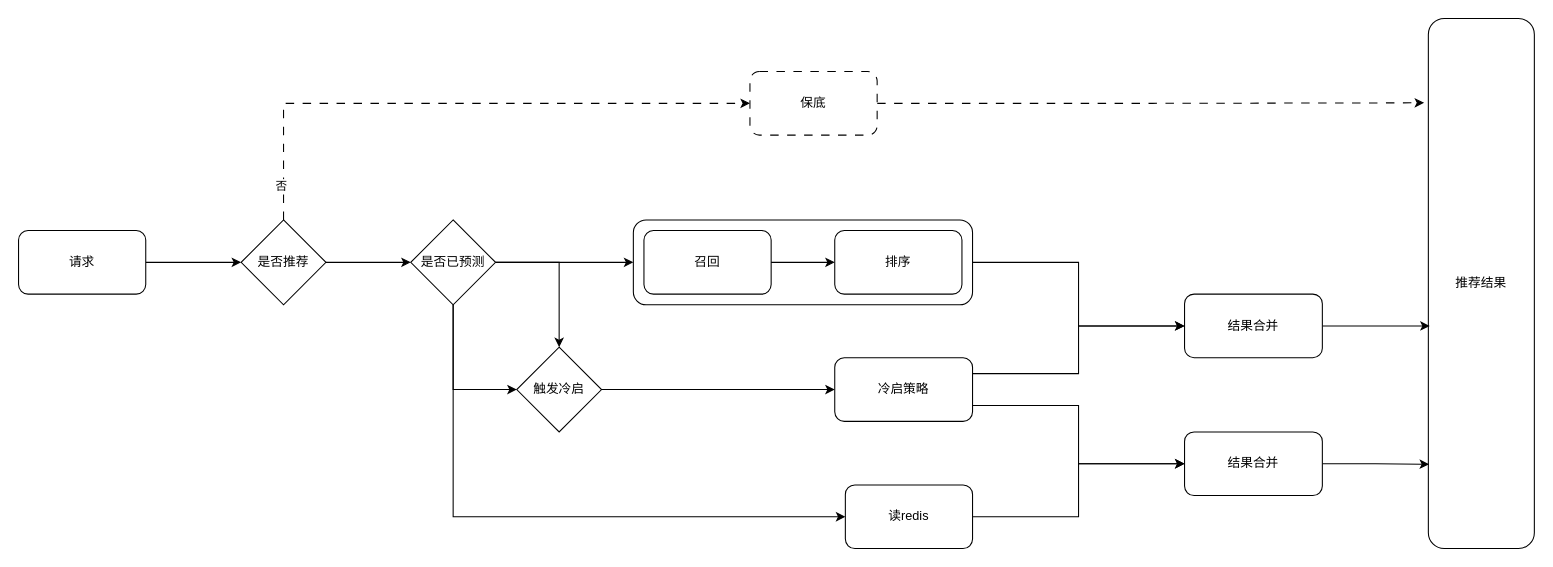
Above: page "第 8 页" (9 of 9) of 推荐架构.drawio in Ice-Tea-7/HelloWorld (draw.io), before the change. Source tidied: cells renumbered, new cells numbered last; positions are measured from the earlier drawing's top-left corner, leaving out a move shared by most shapes. Both pictures are drawn from the tidied source at 106%, with x=0, y=0 at pixel (18, 18).
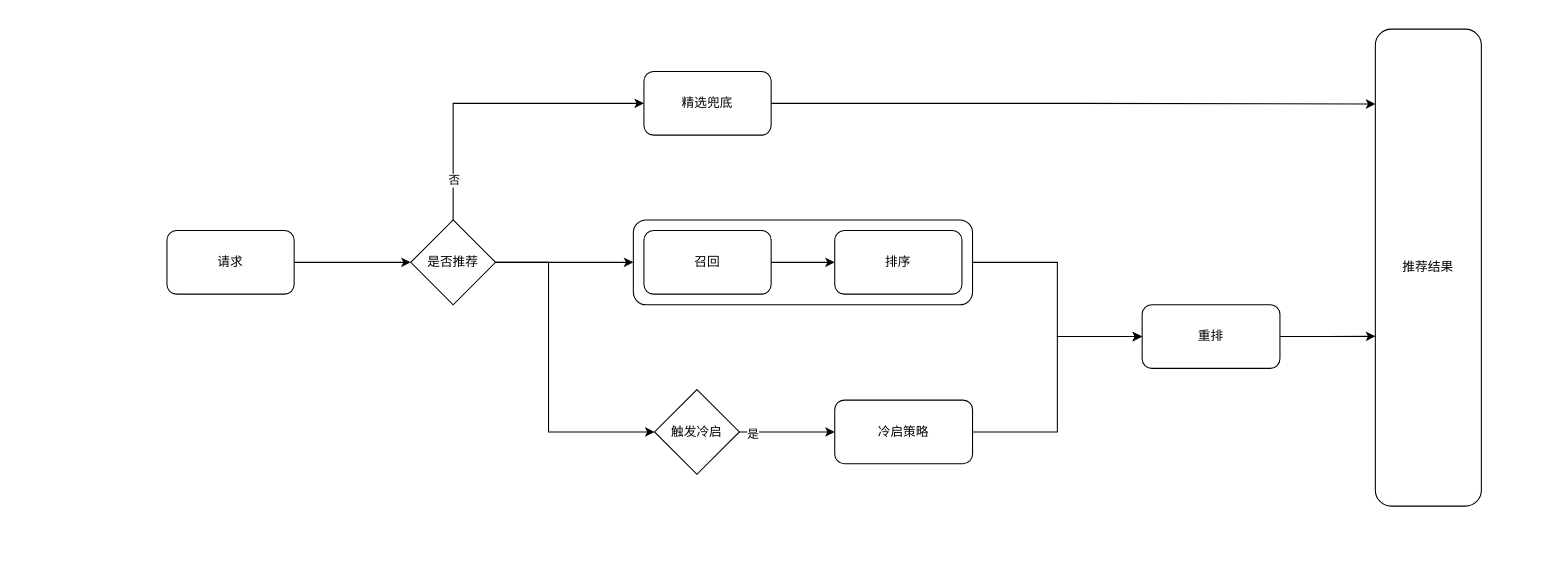
The same page after the edit.

The change refers to these unchanged cells:
```xml
<mxCell id="23" style="edgeStyle=orthogonalEdgeStyle;rounded=0;jettySize=auto;html=1;exitX=1;exitY=0.5;exitDx=0;exitDy=0;entryX=0;entryY=0.5;entryDx=0;entryDy=0;" parent="1" edge="1" source="24" target="20">
  <mxGeometry relative="1" as="geometry" />
</mxCell>
<mxCell id="26" style="rounded=1;whiteSpace=wrap;html=1;" parent="25" vertex="1">
  <mxGeometry width="320" height="80" as="geometry" />
</mxCell>
```

The edit, as a diff of the source:
```diff
@@
     <mxCell id="3" value="请求" style="rounded=1;whiteSpace=wrap;html=1;" parent="1" vertex="1">
-      <mxGeometry y="200" width="120" height="60" as="geometry" />
+      <mxGeometry x="140" y="200" width="120" height="60" as="geometry" />
     </mxCell>
-    <mxCell id="4" style="edgeStyle=orthogonalEdgeStyle;rounded=0;jettySize=auto;html=1;exitX=0.5;exitY=0;exitDx=0;exitDy=0;entryX=0;entryY=0.5;entryDx=0;entryDy=0;dashed=1;dashPattern=8 8;" parent="1" edge="1" source="7" target="9">
-      <mxGeometry relative="1" as="geometry" />
-    </mxCell>
+    <mxCell id="33" style="edgeStyle=orthogonalEdgeStyle;rounded=0;jettySize=auto;html=1;exitX=1;exitY=0.5;exitDx=0;exitDy=0;entryX=0;entryY=0.5;entryDx=0;entryDy=0;" parent="1" edge="1" source="7" target="26">
+      <mxGeometry relative="1" as="geometry" />
+    </mxCell>
+    <mxCell id="34" style="edgeStyle=orthogonalEdgeStyle;rounded=0;jettySize=auto;html=1;exitX=1;exitY=0.5;exitDx=0;exitDy=0;entryX=0;entryY=0.5;entryDx=0;entryDy=0;" parent="1" edge="1" source="7" target="24">
+      <mxGeometry relative="1" as="geometry">
+        <Array as="points">
+          <mxPoint x="500" y="230" />
+          <mxPoint x="500" y="390" />
+        </Array>
+      </mxGeometry>
+    </mxCell>
+    <mxCell id="35" style="edgeStyle=orthogonalEdgeStyle;rounded=0;jettySize=auto;html=1;exitX=0.5;exitY=0;exitDx=0;exitDy=0;entryX=0;entryY=0.5;entryDx=0;entryDy=0;" parent="1" edge="1" source="7" target="38">
+      <mxGeometry relative="1" as="geometry" />
+    </mxCell>
-    <mxCell id="5" value="否" style="edgeLabel;html=1;align=center;verticalAlign=middle;" parent="4" vertex="1">
-      <mxGeometry x="-0.88" y="3" relative="1" as="geometry" />
+    <mxCell id="5" value="否" style="edgeLabel;html=1;align=center;verticalAlign=middle;" parent="35" vertex="1">
+      <mxGeometry x="-0.74" relative="1" as="geometry" />
     </mxCell>
-    <mxCell id="6" style="edgeStyle=orthogonalEdgeStyle;rounded=0;jettySize=auto;html=1;exitX=1;exitY=0.5;exitDx=0;exitDy=0;entryX=0;entryY=0.5;entryDx=0;entryDy=0;" parent="1" edge="1" source="7" target="15">
-      <mxGeometry relative="1" as="geometry" />
-    </mxCell>
     <mxCell id="7" value="是否推荐" style="rhombus;whiteSpace=wrap;html=1;" parent="1" vertex="1">
-      <mxGeometry x="210" y="190" width="80" height="80" as="geometry" />
+      <mxGeometry x="370" y="190" width="80" height="80" as="geometry" />
     </mxCell>
-    <mxCell id="8" style="edgeStyle=orthogonalEdgeStyle;rounded=0;jettySize=auto;html=1;exitX=1;exitY=0.5;exitDx=0;exitDy=0;entryX=-0.04;entryY=0.159;entryDx=0;entryDy=0;entryPerimeter=0;dashed=1;dashPattern=8 8;" parent="1" edge="1" source="9" target="10">
-      <mxGeometry relative="1" as="geometry" />
-    </mxCell>
-    <mxCell id="9" value="保底" style="rounded=1;whiteSpace=wrap;html=1;dashed=1;dashPattern=8 8;" parent="1" vertex="1">
-      <mxGeometry x="690" y="50" width="120" height="60" as="geometry" />
-    </mxCell>
-    <mxCell id="10" value="推荐结果" style="rounded=1;whiteSpace=wrap;html=1;" parent="1" vertex="1">
-      <mxGeometry x="1330" width="100" height="500" as="geometry" />
-    </mxCell>
-    <mxCell id="11" style="edgeStyle=orthogonalEdgeStyle;rounded=0;jettySize=auto;html=1;exitX=1;exitY=0.5;exitDx=0;exitDy=0;entryX=0;entryY=0.5;entryDx=0;entryDy=0;" parent="1" edge="1" source="15" target="26">
-      <mxGeometry relative="1" as="geometry" />
-    </mxCell>
-    <mxCell id="12" style="edgeStyle=orthogonalEdgeStyle;rounded=0;jettySize=auto;html=1;entryX=0.5;entryY=0;entryDx=0;entryDy=0;" parent="1" edge="1" source="15" target="24">
-      <mxGeometry relative="1" as="geometry" />
-    </mxCell>
-    <mxCell id="13" style="edgeStyle=orthogonalEdgeStyle;rounded=0;jettySize=auto;html=1;exitX=0.5;exitY=1;exitDx=0;exitDy=0;entryX=0;entryY=0.5;entryDx=0;entryDy=0;" parent="1" edge="1" source="15" target="17">
-      <mxGeometry relative="1" as="geometry" />
-    </mxCell>
-    <mxCell id="14" style="edgeStyle=orthogonalEdgeStyle;rounded=0;jettySize=auto;html=1;exitX=0.5;exitY=1;exitDx=0;exitDy=0;entryX=0;entryY=0.5;entryDx=0;entryDy=0;" parent="1" edge="1" source="15" target="24">
-      <mxGeometry relative="1" as="geometry" />
-    </mxCell>
-    <mxCell id="15" value="是否已预测" style="rhombus;whiteSpace=wrap;html=1;" parent="1" vertex="1">
-      <mxGeometry x="370" y="190" width="80" height="80" as="geometry" />
-    </mxCell>
-    <mxCell id="16" style="edgeStyle=orthogonalEdgeStyle;rounded=0;jettySize=auto;html=1;exitX=1;exitY=0.5;exitDx=0;exitDy=0;entryX=0;entryY=0.5;entryDx=0;entryDy=0;" parent="1" edge="1" source="17" target="32">
-      <mxGeometry relative="1" as="geometry" />
-    </mxCell>
-    <mxCell id="17" value="读redis" style="rounded=1;whiteSpace=wrap;html=1;" parent="1" vertex="1">
-      <mxGeometry x="780" y="440" width="120" height="60" as="geometry" />
-    </mxCell>
-    <mxCell id="18" style="edgeStyle=orthogonalEdgeStyle;rounded=0;jettySize=auto;html=1;exitX=1;exitY=0.25;exitDx=0;exitDy=0;entryX=0;entryY=0.5;entryDx=0;entryDy=0;" parent="1" edge="1" source="20" target="22">
+    <mxCell id="18" style="edgeStyle=orthogonalEdgeStyle;rounded=0;jettySize=auto;html=1;exitX=1;exitY=0.5;exitDx=0;exitDy=0;entryX=0;entryY=0.5;entryDx=0;entryDy=0;" parent="1" edge="1" source="20" target="22">
       <mxGeometry relative="1" as="geometry" />
     </mxCell>
-    <mxCell id="19" style="edgeStyle=orthogonalEdgeStyle;rounded=0;jettySize=auto;html=1;exitX=1;exitY=0.75;exitDx=0;exitDy=0;entryX=0;entryY=0.5;entryDx=0;entryDy=0;" parent="1" edge="1" source="20" target="32">
-      <mxGeometry relative="1" as="geometry" />
-    </mxCell>
     <mxCell id="20" value="冷启策略" style="rounded=1;whiteSpace=wrap;html=1;" parent="1" vertex="1">
-      <mxGeometry x="770" y="320" width="130" height="60" as="geometry" />
+      <mxGeometry x="770" y="360" width="130" height="60" as="geometry" />
     </mxCell>
-    <mxCell id="21" style="edgeStyle=orthogonalEdgeStyle;rounded=0;jettySize=auto;html=1;exitX=1;exitY=0.5;exitDx=0;exitDy=0;entryX=0.013;entryY=0.58;entryDx=0;entryDy=0;entryPerimeter=0;" parent="1" edge="1" source="22" target="10">
+    <mxCell id="21" style="edgeStyle=orthogonalEdgeStyle;rounded=0;jettySize=auto;html=1;exitX=1;exitY=0.5;exitDx=0;exitDy=0;entryX=0;entryY=0.644;entryDx=0;entryDy=0;entryPerimeter=0;" parent="1" edge="1" source="22" target="10">
       <mxGeometry relative="1" as="geometry" />
     </mxCell>
-    <mxCell id="22" value="结果合并" style="rounded=1;whiteSpace=wrap;html=1;" parent="1" vertex="1">
-      <mxGeometry x="1100" y="260" width="130" height="60" as="geometry" />
+    <mxCell id="22" value="重排" style="rounded=1;whiteSpace=wrap;html=1;" parent="1" vertex="1">
+      <mxGeometry x="1060" y="270" width="130" height="60" as="geometry" />
     </mxCell>
@@
+    <mxCell id="36" value="是" style="edgeLabel;html=1;align=center;verticalAlign=middle;" parent="23" vertex="1">
+      <mxGeometry x="-0.74" y="-1" relative="1" as="geometry" />
+    </mxCell>
     <mxCell id="24" value="触发冷启" style="rhombus;whiteSpace=wrap;html=1;" parent="1" vertex="1">
-      <mxGeometry x="470" y="310" width="80" height="80" as="geometry" />
+      <mxGeometry x="600" y="350" width="80" height="80" as="geometry" />
     </mxCell>
@@
+    <mxCell id="37" style="edgeStyle=orthogonalEdgeStyle;rounded=0;jettySize=auto;html=1;exitX=1;exitY=0.5;exitDx=0;exitDy=0;entryX=0;entryY=0.157;entryDx=0;entryDy=0;entryPerimeter=0;" parent="1" edge="1" source="38" target="10">
+      <mxGeometry relative="1" as="geometry" />
+    </mxCell>
+    <mxCell id="38" value="精选兜底" style="rounded=1;whiteSpace=wrap;html=1;" parent="1" vertex="1">
+      <mxGeometry x="590" y="50" width="120" height="60" as="geometry" />
+    </mxCell>
+    <mxCell id="10" value="推荐结果" style="rounded=1;whiteSpace=wrap;html=1;" parent="1" vertex="1">
+      <mxGeometry x="1280" y="10" width="100" height="450" as="geometry" />
+    </mxCell>
@@
-    <mxCell id="31" style="edgeStyle=orthogonalEdgeStyle;rounded=0;jettySize=auto;html=1;exitX=1;exitY=0.5;exitDx=0;exitDy=0;entryX=0.007;entryY=0.841;entryDx=0;entryDy=0;entryPerimeter=0;" parent="1" edge="1" source="32" target="10">
-      <mxGeometry relative="1" as="geometry" />
-    </mxCell>
-    <mxCell id="32" value="结果合并" style="rounded=1;whiteSpace=wrap;html=1;" parent="1" vertex="1">
-      <mxGeometry x="1100" y="390" width="130" height="60" as="geometry" />
-    </mxCell>
```
